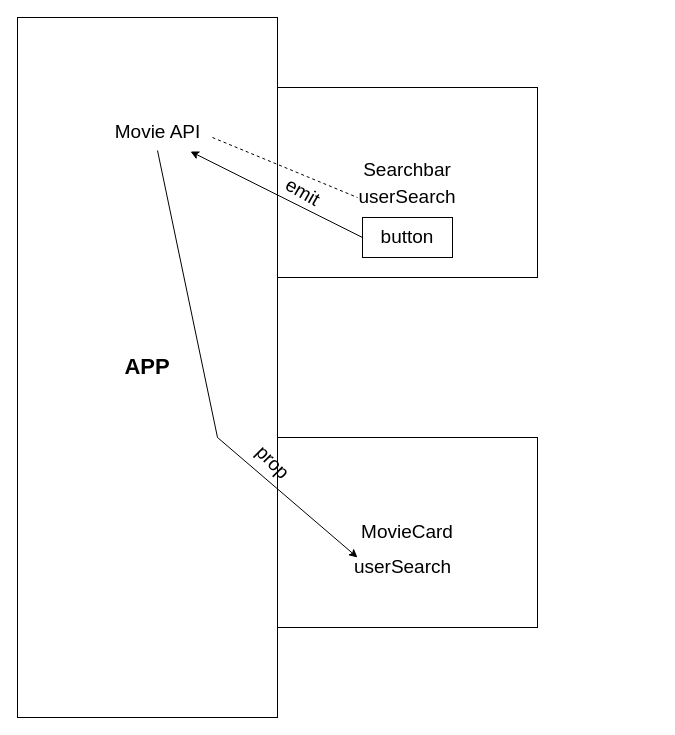
Before: Untitled Diagram.drawio in AlessioBottin/vue-boolflix, a draw.io diagram. Source tidied: cells renumbered, new cells numbered last; positions are measured from the earlier drawing's top-left corner, leaving out a move shared by most shapes. Both pictures are drawn from the tidied source at 100%, with x=0, y=0 at pixel (17, 17).
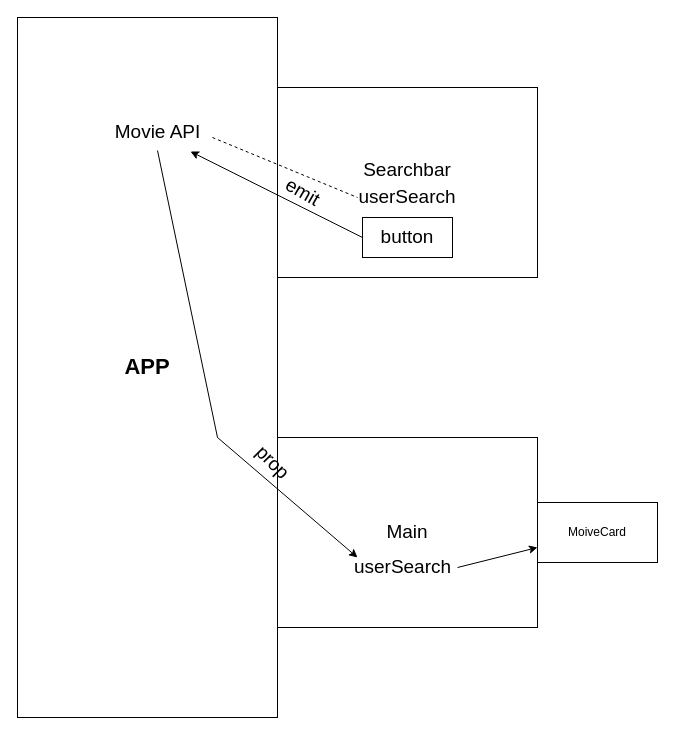
The same page after the edit.

Change to the diagram source:
```diff
@@
 <mxGraphModel>
   <root>
     <mxCell id="0" />
     <mxCell id="1" parent="0" />
     <mxCell id="2" value="&lt;b style=&quot;line-height: 1.2&quot;&gt;&lt;font style=&quot;font-size: 22px&quot;&gt;APP&lt;/font&gt;&lt;/b&gt;" style="rounded=0;whiteSpace=wrap;html=1;" parent="1" vertex="1">
       <mxGeometry width="260" height="700" as="geometry" />
     </mxCell>
     <mxCell id="3" value="&lt;font style=&quot;font-size: 19px&quot;&gt;Searchbar&lt;br&gt;userSearch&lt;br&gt;&lt;/font&gt;" style="rounded=0;whiteSpace=wrap;html=1;fontSize=22;" parent="1" vertex="1">
       <mxGeometry x="260" y="70" width="260" height="190" as="geometry" />
     </mxCell>
-    <mxCell id="4" value="MovieCard" style="rounded=0;whiteSpace=wrap;html=1;fontSize=19;" parent="1" vertex="1">
+    <mxCell id="4" value="Main" style="rounded=0;whiteSpace=wrap;html=1;fontSize=19;" parent="1" vertex="1">
       <mxGeometry x="260" y="420" width="260" height="190" as="geometry" />
     </mxCell>
     <mxCell id="5" style="endArrow=classic;html=1;rounded=0;fontSize=19;exitX=0;exitY=0.5;exitDx=0;exitDy=0;entryX=0.83;entryY=1.133;entryDx=0;entryDy=0;entryPerimeter=0;" parent="1" edge="1" source="11" target="10">
       <mxGeometry relative="1" as="geometry" />
     </mxCell>
     <mxCell id="6" value="emit" style="text;html=1;align=center;verticalAlign=middle;strokeColor=none;fillColor=none;fontSize=19;rotation=30;" parent="1" vertex="1">
       <mxGeometry x="260" y="160" width="50" height="30" as="geometry" />
     </mxCell>
     <mxCell id="7" style="endArrow=classic;html=1;rounded=0;fontSize=19;exitX=0.5;exitY=1.1;exitDx=0;exitDy=0;exitPerimeter=0;" parent="1" edge="1" source="10">
       <mxGeometry relative="1" as="geometry">
         <mxPoint x="340" y="540" as="targetPoint" />
         <Array as="points">
           <mxPoint x="200" y="420" />
         </Array>
       </mxGeometry>
     </mxCell>
     <mxCell id="8" value="userSearch" style="text;html=1;align=center;verticalAlign=middle;strokeColor=none;fillColor=none;fontSize=19;" parent="1" vertex="1">
       <mxGeometry x="330" y="535" width="110" height="30" as="geometry" />
     </mxCell>
     <mxCell id="9" value="prop" style="text;html=1;align=center;verticalAlign=middle;strokeColor=none;fillColor=none;fontSize=19;rotation=45;" parent="1" vertex="1">
       <mxGeometry x="230" y="430" width="50" height="30" as="geometry" />
     </mxCell>
     <mxCell id="10" value="Movie API" style="text;html=1;align=center;verticalAlign=middle;points=[];strokeColor=none;fillColor=none;fontSize=19;" parent="1" vertex="1">
       <mxGeometry x="90" y="100" width="100" height="30" as="geometry" />
     </mxCell>
     <mxCell id="11" value="button" style="rounded=0;whiteSpace=wrap;html=1;fontSize=19;" parent="1" vertex="1">
       <mxGeometry x="345" y="200" width="90" height="40" as="geometry" />
     </mxCell>
     <mxCell id="12" style="endArrow=none;dashed=1;html=1;rounded=0;fontSize=19;exitX=1.05;exitY=0.667;exitDx=0;exitDy=0;exitPerimeter=0;" parent="1" edge="1" source="10">
       <mxGeometry relative="1" as="geometry">
         <mxPoint x="340" y="180" as="targetPoint" />
       </mxGeometry>
     </mxCell>
+    <mxCell id="13" value="MoiveCard" style="rounded=0;whiteSpace=wrap;html=1;" parent="1" vertex="1">
+      <mxGeometry x="520" y="485" width="120" height="60" as="geometry" />
+    </mxCell>
+    <mxCell id="14" style="endArrow=classic;html=1;rounded=0;" parent="1" edge="1" target="13">
+      <mxGeometry relative="1" as="geometry">
+        <mxPoint x="440" y="550" as="sourcePoint" />
+      </mxGeometry>
+    </mxCell>
   </root>
 </mxGraphModel>
```
